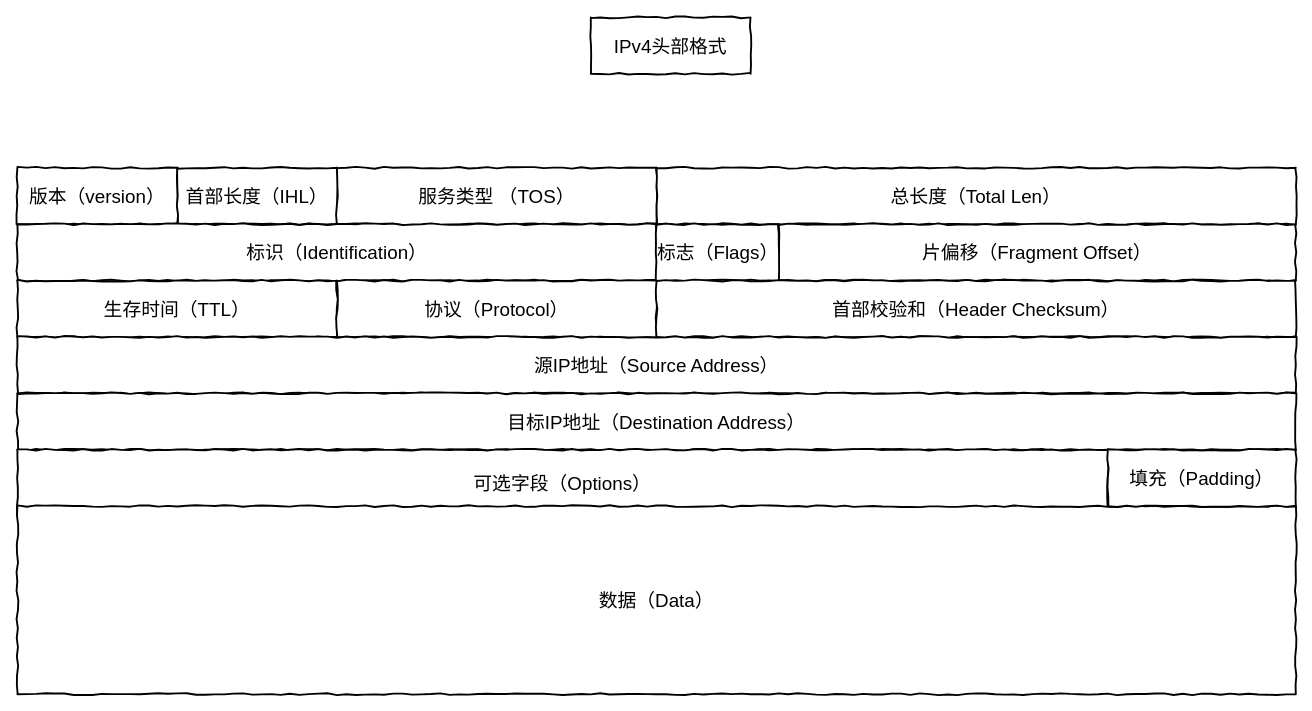
shershon1991/diagrams-draw.io keeps this draw.io diagram as IP 报文头部格式.drawio. Above is the earlier version. Source tidied: cells renumbered, new cells numbered last; positions are measured from the earlier drawing's top-left corner, leaving out a move shared by most shapes. Both pictures are drawn from the tidied source at 94%, with x=0, y=0 at pixel (17, 17).
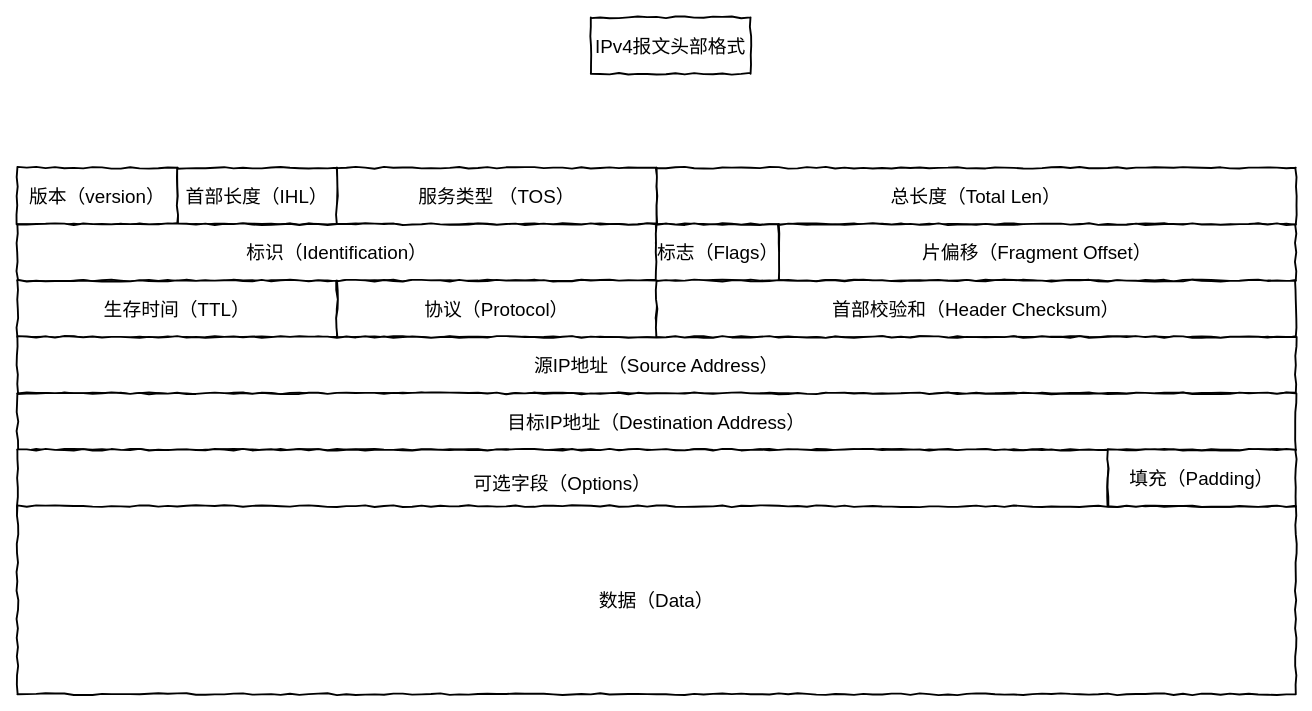
The same page after the edit.

Commit message:
Update IP 报文头部格式.drawio

The edit, as a diff of the source:
```diff
@@
 <mxGraphModel>
   <root>
     <mxCell id="0" />
     <mxCell id="1" parent="0" />
     <mxCell id="2" value="版本（version）" style="rounded=0;whiteSpace=wrap;html=1;comic=1;fontSize=20;strokeWidth=2;" parent="1" vertex="1">
       <mxGeometry y="160" width="170" height="60" as="geometry" />
     </mxCell>
     <mxCell id="3" value="首部长度（IHL）" style="rounded=0;whiteSpace=wrap;html=1;comic=1;fontSize=20;strokeWidth=2;" parent="1" vertex="1">
       <mxGeometry x="170" y="160" width="170" height="60" as="geometry" />
     </mxCell>
     <mxCell id="4" value="服务类型 （TOS）" style="rounded=0;whiteSpace=wrap;html=1;comic=1;fontSize=20;strokeWidth=2;" parent="1" vertex="1">
       <mxGeometry x="340" y="160" width="340" height="60" as="geometry" />
     </mxCell>
     <mxCell id="5" value="总长度（Total Len）" style="rounded=0;whiteSpace=wrap;html=1;comic=1;fontSize=20;strokeWidth=2;" parent="1" vertex="1">
       <mxGeometry x="680" y="160" width="680" height="60" as="geometry" />
     </mxCell>
     <mxCell id="6" value="标识（Identification）" style="rounded=0;whiteSpace=wrap;html=1;comic=1;fontSize=20;strokeWidth=2;" parent="1" vertex="1">
       <mxGeometry y="220" width="680" height="60" as="geometry" />
     </mxCell>
     <mxCell id="7" value="片偏移（Fragment Offset）" style="rounded=0;whiteSpace=wrap;html=1;comic=1;fontSize=20;strokeWidth=2;" parent="1" vertex="1">
       <mxGeometry x="810" y="220" width="550" height="60" as="geometry" />
     </mxCell>
     <mxCell id="8" value="标志（Flags）" style="rounded=0;whiteSpace=wrap;html=1;comic=1;fontSize=20;strokeWidth=2;" parent="1" vertex="1">
       <mxGeometry x="680" y="220" width="130" height="60" as="geometry" />
     </mxCell>
     <mxCell id="9" value="生存时间（TTL）" style="rounded=0;whiteSpace=wrap;html=1;comic=1;fontSize=20;strokeWidth=2;" parent="1" vertex="1">
       <mxGeometry y="280" width="340" height="60" as="geometry" />
     </mxCell>
     <mxCell id="10" value="协议（Protocol）" style="rounded=0;whiteSpace=wrap;html=1;comic=1;fontSize=20;strokeWidth=2;" parent="1" vertex="1">
       <mxGeometry x="340" y="280" width="340" height="60" as="geometry" />
     </mxCell>
     <mxCell id="11" value="首部校验和（Header Checksum）" style="rounded=0;whiteSpace=wrap;html=1;comic=1;fontSize=20;strokeWidth=2;" parent="1" vertex="1">
       <mxGeometry x="680" y="280" width="680" height="60" as="geometry" />
     </mxCell>
     <mxCell id="12" value="源IP地址（Source Address）" style="rounded=0;whiteSpace=wrap;html=1;comic=1;fontSize=20;strokeWidth=2;" parent="1" vertex="1">
       <mxGeometry y="340" width="1360" height="60" as="geometry" />
     </mxCell>
     <mxCell id="13" value="目标IP地址（Destination Address）" style="rounded=0;whiteSpace=wrap;html=1;comic=1;fontSize=20;strokeWidth=2;" parent="1" vertex="1">
       <mxGeometry y="400" width="1360" height="60" as="geometry" />
     </mxCell>
     <mxCell id="14" value="可选字段（Options）" style="rounded=0;whiteSpace=wrap;html=1;comic=1;fontSize=20;strokeWidth=2;" parent="1" vertex="1">
       <mxGeometry y="460" width="1160" height="70" as="geometry" />
     </mxCell>
     <mxCell id="15" value="数据（Data）" style="rounded=0;whiteSpace=wrap;html=1;comic=1;fontSize=20;strokeWidth=2;" parent="1" vertex="1">
       <mxGeometry y="520" width="1360" height="200" as="geometry" />
     </mxCell>
-    <mxCell id="16" value="IPv4头部格式" style="rounded=0;whiteSpace=wrap;html=1;comic=1;fontSize=20;strokeWidth=2;" parent="1" vertex="1">
+    <mxCell id="16" value="IPv4报文头部格式" style="rounded=0;whiteSpace=wrap;html=1;comic=1;fontSize=20;strokeWidth=2;" parent="1" vertex="1">
       <mxGeometry x="610" width="170" height="60" as="geometry" />
     </mxCell>
     <mxCell id="17" value="填充（Padding）" style="rounded=0;whiteSpace=wrap;html=1;comic=1;fontSize=20;strokeWidth=2;" parent="1" vertex="1">
       <mxGeometry x="1160" y="460" width="200" height="60" as="geometry" />
     </mxCell>
   </root>
 </mxGraphModel>
```
